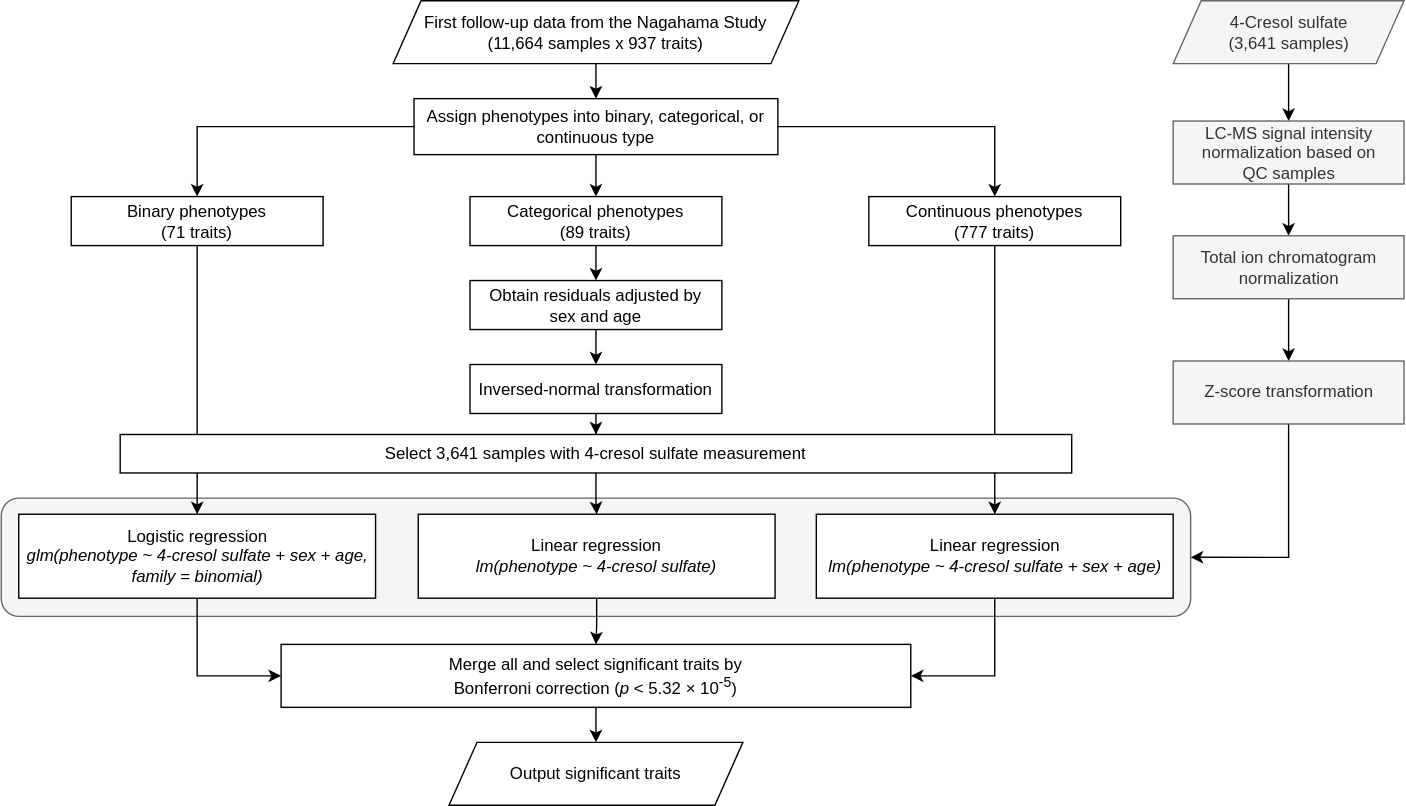
janiceou/website_log keeps this draw.io diagram as workflow.svg. Above is the earlier version. Source tidied: cells renumbered, new cells last; positions are measured from the earlier drawing's top-left corner, leaving out a move shared by most shapes.
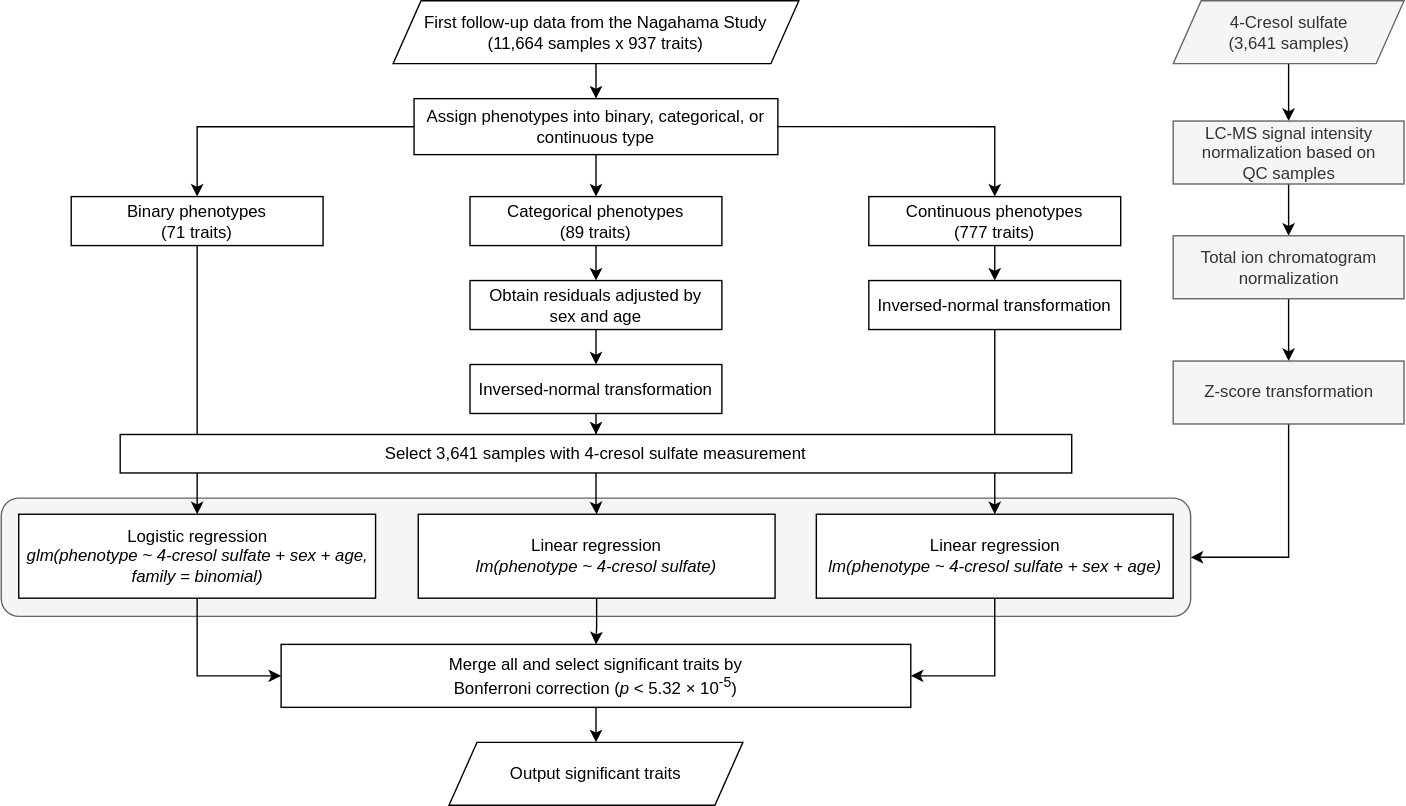
The same file after the commit.

The edit, as a diff of the source:
```diff
@@ -37,7 +37,7 @@
     <mxCell id="12" value="Binary phenotypes&lt;br&gt;(71 traits)" style="whiteSpace=wrap;html=1;rounded=0;" parent="1" vertex="1">
       <mxGeometry x="50" y="140" width="180" height="35" as="geometry" />
     </mxCell>
-    <mxCell id="13" style="edgeStyle=orthogonalEdgeStyle;rounded=0;jettySize=auto;html=1;exitX=0.5;exitY=1;exitDx=0;exitDy=0;" parent="1" edge="1" source="14" target="26">
+    <mxCell id="13" style="edgeStyle=orthogonalEdgeStyle;rounded=0;jettySize=auto;html=1;exitX=0.5;exitY=1;exitDx=0;exitDy=0;entryX=0.5;entryY=0;entryDx=0;entryDy=0;entryPerimeter=0;" parent="1" edge="1" source="14" target="39">
       <mxGeometry relative="1" as="geometry" />
     </mxCell>
     <mxCell id="14" value="Continuous phenotypes&lt;br&gt;(777 traits)" style="whiteSpace=wrap;html=1;rounded=0;" parent="1" vertex="1">
@@ -58,9 +58,6 @@
     <mxCell id="19" style="edgeStyle=orthogonalEdgeStyle;rounded=0;jettySize=auto;html=1;" parent="1" edge="1" source="20" target="22">
       <mxGeometry relative="1" as="geometry" />
     </mxCell>
-    <mxCell id="20" value="Select 3,641 samples with 4-cresol sulfate measurement" style="whiteSpace=wrap;html=1;rounded=0;" parent="1" vertex="1">
-      <mxGeometry x="85" y="310" width="680" height="27.5" as="geometry" />
-    </mxCell>
     <mxCell id="21" style="edgeStyle=orthogonalEdgeStyle;rounded=0;jettySize=auto;html=1;" parent="1" edge="1" source="22" target="28">
       <mxGeometry relative="1" as="geometry" />
     </mxCell>
@@ -116,5 +113,14 @@
     <mxCell id="37" value="Z-score transformation" style="whiteSpace=wrap;html=1;fillColor=#f5f5f5;strokeColor=#666666;fontColor=#333333;" parent="1" vertex="1">
       <mxGeometry x="837.5" y="257.5" width="165" height="45" as="geometry" />
     </mxCell>
+    <mxCell id="38" style="edgeStyle=orthogonalEdgeStyle;rounded=0;jettySize=auto;html=1;exitX=0.5;exitY=1;exitDx=0;exitDy=0;entryX=0.5;entryY=0;entryDx=0;entryDy=0;" parent="1" edge="1" source="39" target="26">
+      <mxGeometry relative="1" as="geometry" />
+    </mxCell>
+    <mxCell id="39" value="Inversed-normal transformation" style="whiteSpace=wrap;html=1;rounded=0;" parent="1" vertex="1">
+      <mxGeometry x="620" y="200" width="180" height="35" as="geometry" />
+    </mxCell>
+    <mxCell id="20" value="Select 3,641 samples with 4-cresol sulfate measurement" style="whiteSpace=wrap;html=1;rounded=0;" parent="1" vertex="1">
+      <mxGeometry x="85" y="310" width="680" height="27.5" as="geometry" />
+    </mxCell>
   </root>
 </mxGraphModel>
```
